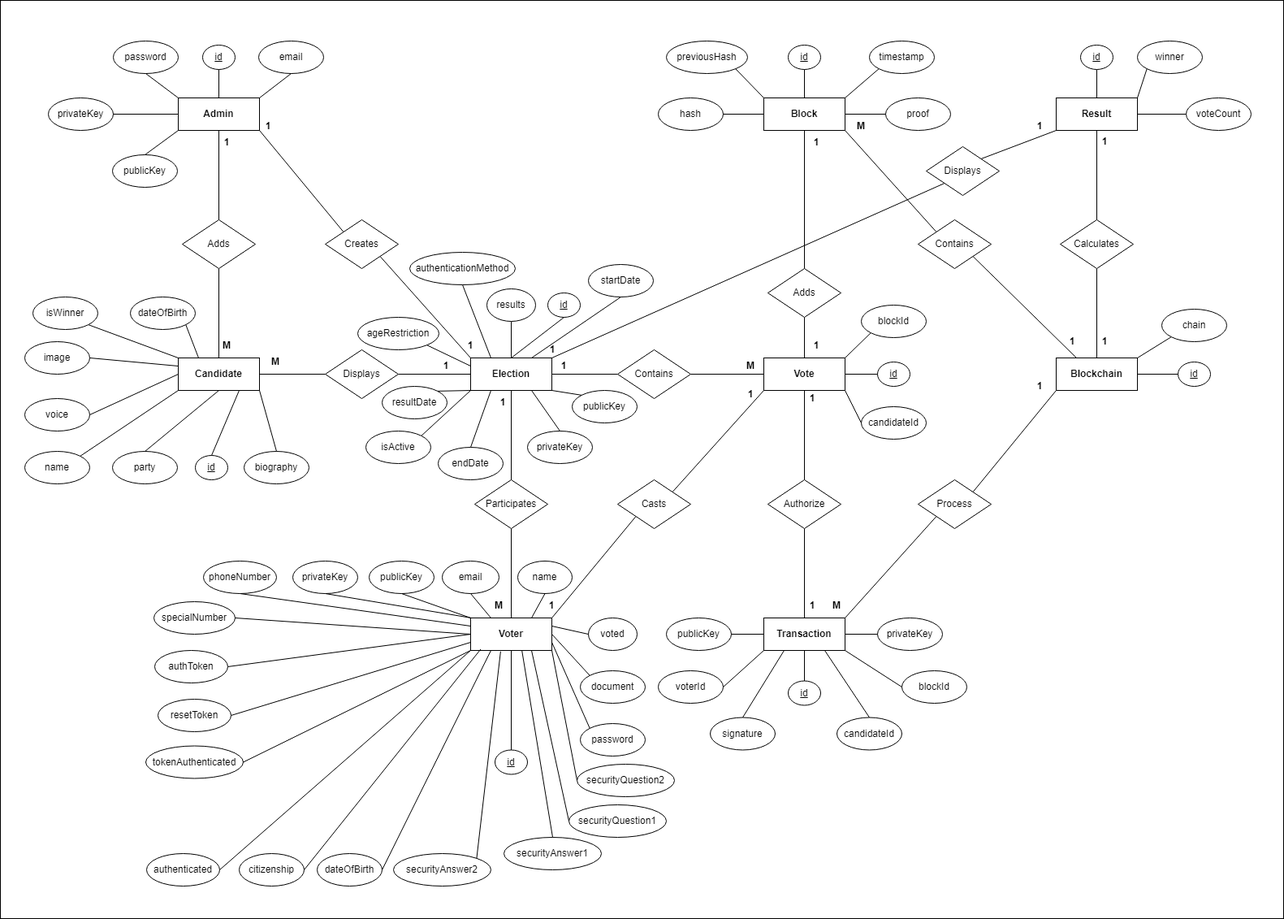
The draw.io diagram res/Database/ER Diagram.drawio.png in Shabb03/Votegrity, before a commit. Source tidied: cells renumbered, new cells last; positions are measured from the earlier drawing's top-left corner, leaving out a move shared by most shapes.
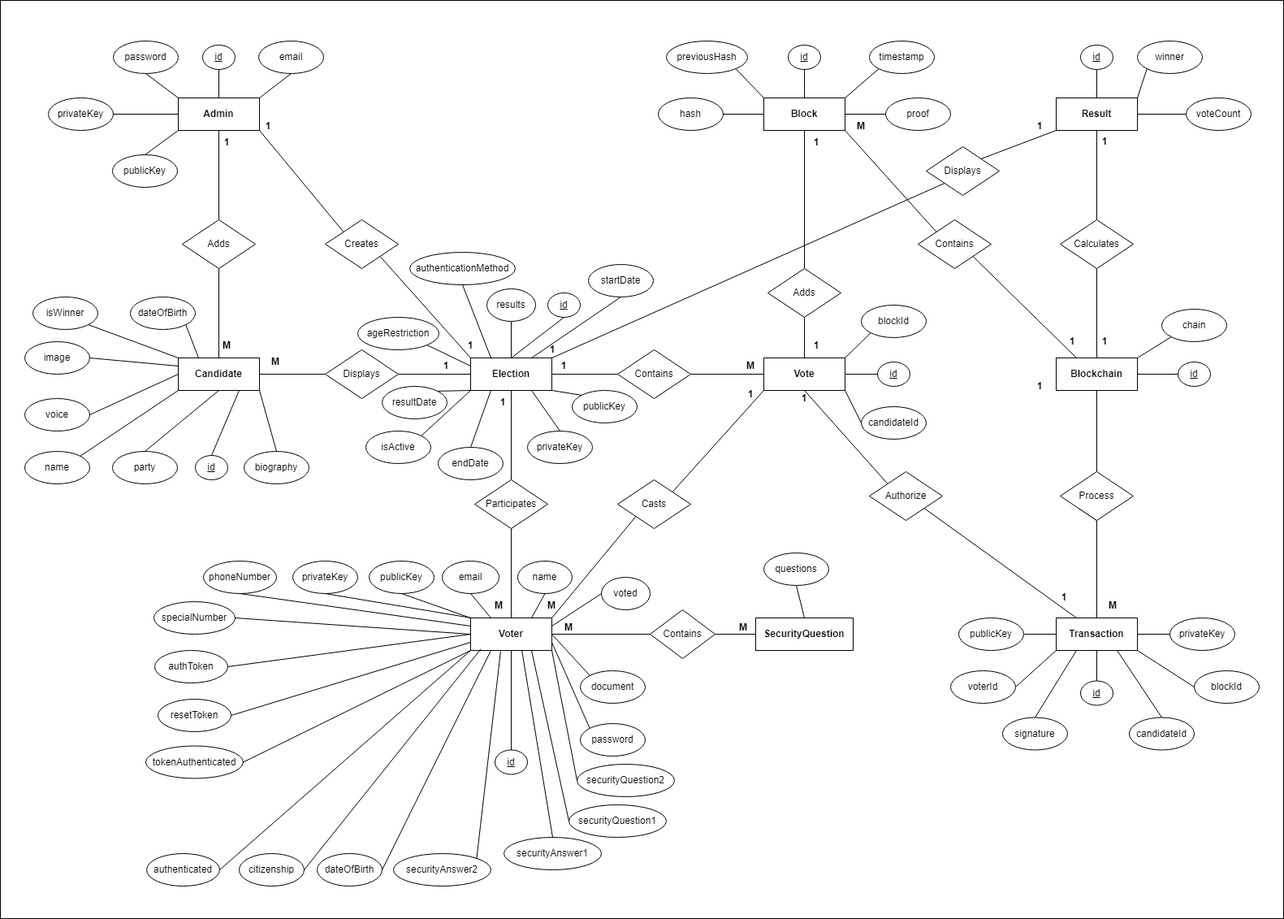
Later version of the same file.

Change to the diagram source:
```diff
@@ -5,13 +5,17 @@
     <mxCell id="2" style="rounded=0;whiteSpace=wrap;html=1;fillColor=none;" parent="1" vertex="1">
       <mxGeometry width="1580" height="1130" as="geometry" />
     </mxCell>
-    <mxCell id="3" style="rounded=0;jettySize=auto;html=1;exitX=1;exitY=0;exitDx=0;exitDy=0;entryX=0;entryY=1;entryDx=0;entryDy=0;endArrow=none;endFill=0;" parent="1" edge="1" source="4" target="38">
-      <mxGeometry relative="1" as="geometry" />
+    <mxCell id="3" style="rounded=0;jettySize=auto;html=1;exitX=0.5;exitY=0;exitDx=0;exitDy=0;entryX=0;entryY=1;entryDx=0;entryDy=0;endArrow=none;endFill=0;" parent="1" edge="1" source="4" target="38">
+      <mxGeometry relative="1" as="geometry">
+        <Array as="points">
+          <mxPoint x="1350" y="640" />
+        </Array>
+      </mxGeometry>
     </mxCell>
     <mxCell id="4" value="&lt;b&gt;Transaction&lt;/b&gt;" style="whiteSpace=wrap;html=1;align=center;" parent="1" vertex="1">
-      <mxGeometry x="940" y="760" width="100" height="40" as="geometry" />
+      <mxGeometry x="1300" y="760" width="100" height="40" as="geometry" />
     </mxCell>
-    <mxCell id="5" style="edgeStyle=orthogonalEdgeStyle;rounded=0;jettySize=auto;html=1;exitX=0.5;exitY=1;exitDx=0;exitDy=0;entryX=0.5;entryY=0;entryDx=0;entryDy=0;endArrow=none;endFill=0;" parent="1" edge="1" source="7" target="36">
+    <mxCell id="5" style="rounded=0;jettySize=auto;html=1;exitX=0.5;exitY=1;exitDx=0;exitDy=0;entryX=0;entryY=0;entryDx=0;entryDy=0;endArrow=none;endFill=0;" parent="1" edge="1" source="7" target="36">
       <mxGeometry relative="1" as="geometry" />
     </mxCell>
     <mxCell id="6" style="edgeStyle=orthogonalEdgeStyle;rounded=0;jettySize=auto;html=1;exitX=0.5;exitY=0;exitDx=0;exitDy=0;entryX=0.5;entryY=1;entryDx=0;entryDy=0;endArrow=none;endFill=0;" parent="1" edge="1" source="7" target="43">
@@ -101,17 +105,17 @@
     <mxCell id="34" value="Casts" style="shape=rhombus;perimeter=rhombusPerimeter;whiteSpace=wrap;html=1;align=center;" parent="1" vertex="1">
       <mxGeometry x="760" y="590" width="90" height="60" as="geometry" />
     </mxCell>
-    <mxCell id="35" style="edgeStyle=orthogonalEdgeStyle;rounded=0;jettySize=auto;html=1;exitX=0.5;exitY=1;exitDx=0;exitDy=0;entryX=0.5;entryY=0;entryDx=0;entryDy=0;endArrow=none;endFill=0;" parent="1" edge="1" source="36" target="4">
+    <mxCell id="35" style="rounded=0;jettySize=auto;html=1;exitX=1;exitY=1;exitDx=0;exitDy=0;entryX=0.25;entryY=0;entryDx=0;entryDy=0;endArrow=none;endFill=0;" parent="1" edge="1" source="36" target="4">
       <mxGeometry relative="1" as="geometry" />
     </mxCell>
     <mxCell id="36" value="Authorize" style="shape=rhombus;perimeter=rhombusPerimeter;whiteSpace=wrap;html=1;align=center;" parent="1" vertex="1">
-      <mxGeometry x="945" y="590" width="90" height="60" as="geometry" />
+      <mxGeometry x="1070" y="580" width="90" height="60" as="geometry" />
     </mxCell>
-    <mxCell id="37" style="rounded=0;jettySize=auto;html=1;exitX=1;exitY=0;exitDx=0;exitDy=0;entryX=0;entryY=1;entryDx=0;entryDy=0;endArrow=none;endFill=0;" parent="1" edge="1" source="38" target="11">
+    <mxCell id="37" style="rounded=0;jettySize=auto;html=1;exitX=0.5;exitY=0;exitDx=0;exitDy=0;entryX=0.5;entryY=1;entryDx=0;entryDy=0;endArrow=none;endFill=0;" parent="1" edge="1" source="38" target="11">
       <mxGeometry relative="1" as="geometry" />
     </mxCell>
     <mxCell id="38" value="Process" style="shape=rhombus;perimeter=rhombusPerimeter;whiteSpace=wrap;html=1;align=center;" parent="1" vertex="1">
-      <mxGeometry x="1130" y="590" width="90" height="60" as="geometry" />
+      <mxGeometry x="1305" y="580" width="90" height="60" as="geometry" />
     </mxCell>
     <mxCell id="39" style="edgeStyle=orthogonalEdgeStyle;rounded=0;jettySize=auto;html=1;exitX=0.5;exitY=0;exitDx=0;exitDy=0;entryX=0.5;entryY=1;entryDx=0;entryDy=0;endArrow=none;endFill=0;" parent="1" edge="1" source="41" target="9">
       <mxGeometry relative="1" as="geometry" />
@@ -249,25 +253,25 @@
       <mxGeometry x="1060" y="375" width="80" height="40" as="geometry" />
     </mxCell>
     <mxCell id="84" value="id" style="ellipse;whiteSpace=wrap;html=1;align=center;fontStyle=4;" parent="1" vertex="1">
-      <mxGeometry x="970" y="837.5" width="40" height="30" as="geometry" />
+      <mxGeometry x="1330" y="837.5" width="40" height="30" as="geometry" />
     </mxCell>
     <mxCell id="85" value="blockId" style="ellipse;whiteSpace=wrap;html=1;align=center;" parent="1" vertex="1">
-      <mxGeometry x="1110" y="825" width="80" height="40" as="geometry" />
+      <mxGeometry x="1470" y="825" width="80" height="40" as="geometry" />
     </mxCell>
     <mxCell id="86" value="candidateId" style="ellipse;whiteSpace=wrap;html=1;align=center;" parent="1" vertex="1">
-      <mxGeometry x="1030" y="882.5" width="80" height="40" as="geometry" />
+      <mxGeometry x="1390" y="882.5" width="80" height="40" as="geometry" />
     </mxCell>
     <mxCell id="87" value="voterId" style="ellipse;whiteSpace=wrap;html=1;align=center;" parent="1" vertex="1">
-      <mxGeometry x="810" y="825" width="80" height="40" as="geometry" />
+      <mxGeometry x="1170" y="825" width="80" height="40" as="geometry" />
     </mxCell>
     <mxCell id="88" value="privateKey" style="ellipse;whiteSpace=wrap;html=1;align=center;" parent="1" vertex="1">
-      <mxGeometry x="1080" y="760" width="80" height="40" as="geometry" />
+      <mxGeometry x="1440" y="760" width="80" height="40" as="geometry" />
     </mxCell>
     <mxCell id="89" value="publicKey" style="ellipse;whiteSpace=wrap;html=1;align=center;" parent="1" vertex="1">
-      <mxGeometry x="820" y="760" width="80" height="40" as="geometry" />
+      <mxGeometry x="1180" y="760" width="80" height="40" as="geometry" />
     </mxCell>
     <mxCell id="90" value="signature" style="ellipse;whiteSpace=wrap;html=1;align=center;" parent="1" vertex="1">
-      <mxGeometry x="874" y="882.5" width="80" height="40" as="geometry" />
+      <mxGeometry x="1234" y="882.5" width="80" height="40" as="geometry" />
     </mxCell>
     <mxCell id="91" value="dateOfBirth" style="ellipse;whiteSpace=wrap;html=1;align=center;" parent="1" vertex="1">
       <mxGeometry x="390" y="1050" width="80" height="40" as="geometry" />
@@ -285,7 +289,7 @@
       <mxGeometry x="714" y="825" width="80" height="40" as="geometry" />
     </mxCell>
     <mxCell id="96" value="voted" style="ellipse;whiteSpace=wrap;html=1;align=center;" parent="1" vertex="1">
-      <mxGeometry x="724" y="760" width="60" height="40" as="geometry" />
+      <mxGeometry x="740" y="710" width="60" height="40" as="geometry" />
     </mxCell>
     <mxCell id="97" value="securityQuestion1" style="ellipse;whiteSpace=wrap;html=1;align=center;" parent="1" vertex="1">
       <mxGeometry x="700" y="990" width="120" height="40" as="geometry" />
@@ -524,13 +528,13 @@
       <mxGeometry x="1250" y="460" width="60" height="30" as="geometry" />
     </mxCell>
     <mxCell id="175" value="&lt;b&gt;M&lt;/b&gt;" style="text;html=1;strokeColor=none;fillColor=none;align=center;verticalAlign=middle;whiteSpace=wrap;rounded=0;" parent="1" vertex="1">
-      <mxGeometry x="1000" y="730" width="60" height="30" as="geometry" />
+      <mxGeometry x="1340" y="730" width="60" height="30" as="geometry" />
     </mxCell>
     <mxCell id="176" value="&lt;b&gt;1&lt;/b&gt;" style="text;html=1;strokeColor=none;fillColor=none;align=center;verticalAlign=middle;whiteSpace=wrap;rounded=0;" parent="1" vertex="1">
-      <mxGeometry x="970" y="475" width="60" height="30" as="geometry" />
+      <mxGeometry x="960" y="475" width="60" height="30" as="geometry" />
     </mxCell>
     <mxCell id="177" value="&lt;b&gt;1&lt;/b&gt;" style="text;html=1;strokeColor=none;fillColor=none;align=center;verticalAlign=middle;whiteSpace=wrap;rounded=0;" parent="1" vertex="1">
-      <mxGeometry x="970" y="730" width="60" height="30" as="geometry" />
+      <mxGeometry x="1280" y="720" width="60" height="30" as="geometry" />
     </mxCell>
     <mxCell id="178" value="&lt;b&gt;1&lt;/b&gt;" style="text;html=1;strokeColor=none;fillColor=none;align=center;verticalAlign=middle;whiteSpace=wrap;rounded=0;" parent="1" vertex="1">
       <mxGeometry x="519" y="435" width="60" height="30" as="geometry" />
@@ -544,7 +548,7 @@
     <mxCell id="181" value="&lt;b&gt;M&lt;/b&gt;" style="text;html=1;strokeColor=none;fillColor=none;align=center;verticalAlign=middle;whiteSpace=wrap;rounded=0;" parent="1" vertex="1">
       <mxGeometry x="894" y="435" width="60" height="30" as="geometry" />
     </mxCell>
-    <mxCell id="182" value="&lt;b&gt;1&lt;/b&gt;" style="text;html=1;strokeColor=none;fillColor=none;align=center;verticalAlign=middle;whiteSpace=wrap;rounded=0;" parent="1" vertex="1">
+    <mxCell id="182" value="&lt;b&gt;M&lt;/b&gt;" style="text;html=1;strokeColor=none;fillColor=none;align=center;verticalAlign=middle;whiteSpace=wrap;rounded=0;" parent="1" vertex="1">
       <mxGeometry x="649" y="730" width="60" height="30" as="geometry" />
     </mxCell>
     <mxCell id="183" value="&lt;b&gt;1&lt;/b&gt;" style="text;html=1;strokeColor=none;fillColor=none;align=center;verticalAlign=middle;whiteSpace=wrap;rounded=0;" parent="1" vertex="1">
@@ -592,5 +596,29 @@
     <mxCell id="197" value="results" style="ellipse;whiteSpace=wrap;html=1;align=center;" parent="1" vertex="1">
       <mxGeometry x="599" y="355" width="60" height="40" as="geometry" />
     </mxCell>
+    <mxCell id="198" value="&lt;b&gt;SecurityQuestion&lt;/b&gt;" style="whiteSpace=wrap;html=1;align=center;" parent="1" vertex="1">
+      <mxGeometry x="930" y="760" width="120" height="40" as="geometry" />
+    </mxCell>
+    <mxCell id="199" style="rounded=0;jettySize=auto;html=1;exitX=0.5;exitY=1;exitDx=0;exitDy=0;entryX=0.5;entryY=0;entryDx=0;entryDy=0;endArrow=none;endFill=0;" parent="1" edge="1" source="200" target="198">
+      <mxGeometry relative="1" as="geometry" />
+    </mxCell>
+    <mxCell id="200" value="questions" style="ellipse;whiteSpace=wrap;html=1;align=center;" parent="1" vertex="1">
+      <mxGeometry x="940" y="680" width="80" height="40" as="geometry" />
+    </mxCell>
+    <mxCell id="201" style="rounded=0;jettySize=auto;html=1;exitX=0;exitY=0.5;exitDx=0;exitDy=0;entryX=1;entryY=0.5;entryDx=0;entryDy=0;endArrow=none;endFill=0;" parent="1" edge="1" source="203" target="23">
+      <mxGeometry relative="1" as="geometry" />
+    </mxCell>
+    <mxCell id="202" style="rounded=0;jettySize=auto;html=1;exitX=1;exitY=0.5;exitDx=0;exitDy=0;entryX=0;entryY=0.5;entryDx=0;entryDy=0;endArrow=none;endFill=0;" parent="1" edge="1" source="203" target="198">
+      <mxGeometry relative="1" as="geometry" />
+    </mxCell>
+    <mxCell id="203" value="Contains" style="shape=rhombus;perimeter=rhombusPerimeter;whiteSpace=wrap;html=1;align=center;" parent="1" vertex="1">
+      <mxGeometry x="800" y="750" width="80" height="60" as="geometry" />
+    </mxCell>
+    <mxCell id="204" value="&lt;b&gt;M&lt;/b&gt;" style="text;html=1;strokeColor=none;fillColor=none;align=center;verticalAlign=middle;whiteSpace=wrap;rounded=0;" parent="1" vertex="1">
+      <mxGeometry x="670" y="757" width="60" height="30" as="geometry" />
+    </mxCell>
+    <mxCell id="205" value="&lt;b&gt;M&lt;/b&gt;" style="text;html=1;strokeColor=none;fillColor=none;align=center;verticalAlign=middle;whiteSpace=wrap;rounded=0;" parent="1" vertex="1">
+      <mxGeometry x="885" y="757" width="60" height="30" as="geometry" />
+    </mxCell>
   </root>
 </mxGraphModel>
```
